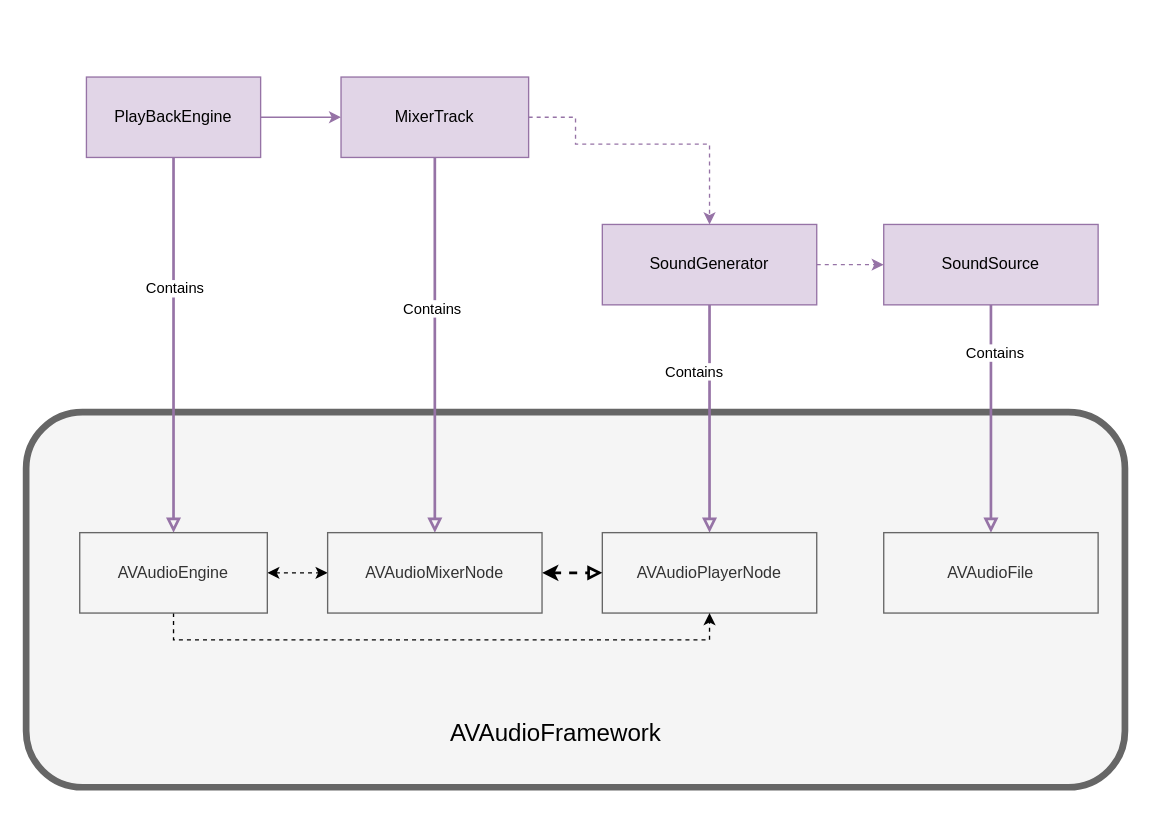
Above: page "SoundEngine Framework" (3 of 3) of Mobile Lab Design.drawio in jerryweb/The-Mobile-Lab (draw.io), before the change. Source tidied: cells renumbered, new cells numbered last; positions are measured from the earlier drawing's top-left corner, leaving out a move shared by most shapes. Both pictures are drawn from the tidied source at 134%, with x=0, y=0 at pixel (25, 76).
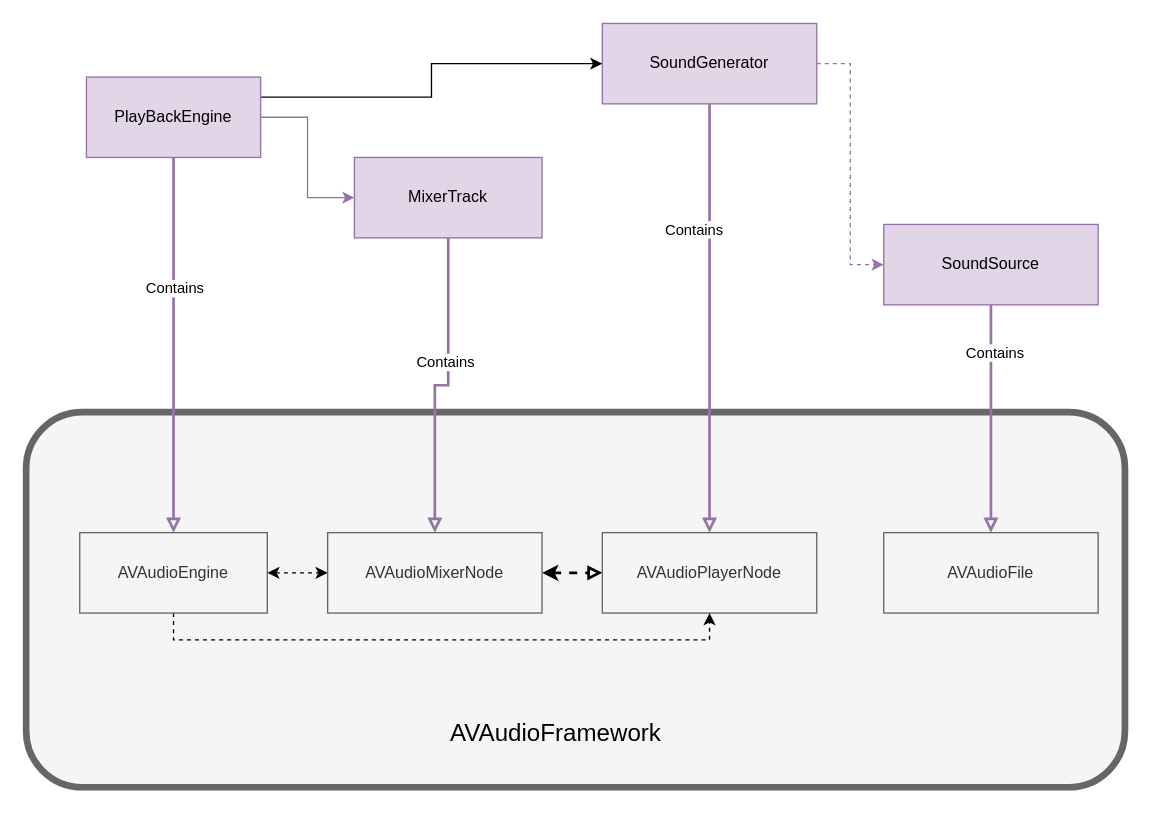
The same page after the edit.

Unchanged cells that the change refers to:
```xml
<mxCell id="17" value="PlayBackEngine" style="rounded=0;whiteSpace=wrap;html=1;fillColor=#e1d5e7;strokeColor=#9673a6;" parent="1" vertex="1">
  <mxGeometry x="45" width="130" height="60" as="geometry" />
</mxCell>
```

Diff of the diagram source:
```diff
@@
     <mxCell id="5" value="SoundGenerator" style="rounded=0;whiteSpace=wrap;html=1;fillColor=#e1d5e7;strokeColor=#9673a6;" parent="1" vertex="1">
-      <mxGeometry x="430" y="110" width="160" height="60" as="geometry" />
+      <mxGeometry x="430" y="-40" width="160" height="60" as="geometry" />
     </mxCell>
@@
     <mxCell id="13" value="MixerTrack" style="rounded=0;whiteSpace=wrap;html=1;fillColor=#e1d5e7;strokeColor=#9673a6;" parent="1" vertex="1">
-      <mxGeometry x="235" width="140" height="60" as="geometry" />
+      <mxGeometry x="245" y="60" width="140" height="60" as="geometry" />
     </mxCell>
@@
+    <mxCell id="25" style="edgeStyle=orthogonalEdgeStyle;rounded=0;jettySize=auto;html=1;exitX=1;exitY=0.25;exitDx=0;exitDy=0;entryX=0;entryY=0.5;entryDx=0;entryDy=0;" parent="1" edge="1" source="17" target="5">
+      <mxGeometry relative="1" as="geometry" />
+    </mxCell>
@@
-    <mxCell id="21" style="edgeStyle=orthogonalEdgeStyle;rounded=0;jettySize=auto;html=1;dashed=1;entryX=0.5;entryY=0;entryDx=0;entryDy=0;fillColor=#e1d5e7;strokeColor=#9673a6;exitX=1;exitY=0.5;exitDx=0;exitDy=0;" parent="1" edge="1" source="13" target="5">
-      <mxGeometry relative="1" as="geometry">
-        <Array as="points">
-          <mxPoint x="410" y="30" />
-          <mxPoint x="410" y="50" />
-          <mxPoint x="510" y="50" />
-        </Array>
-      </mxGeometry>
-    </mxCell>
```
